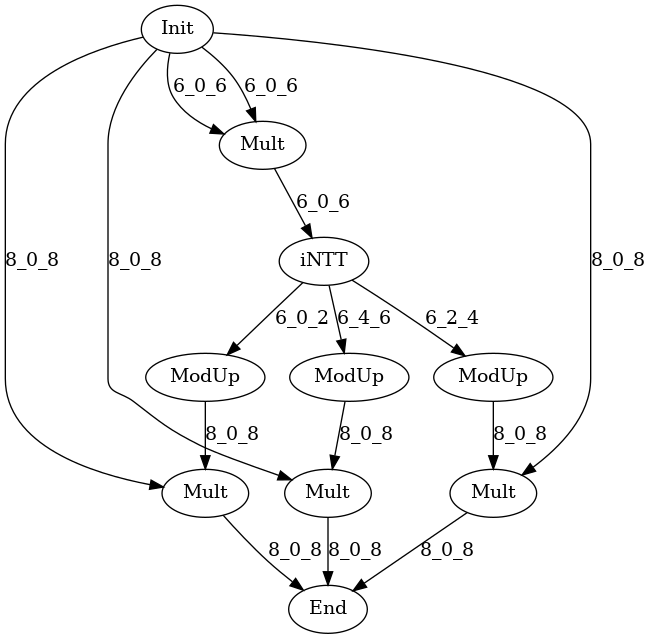
Above: data/graph_poly.dot.png in hal-lab-u-tokyo/PolyFHE (Graphviz), before the change. Its source is kept beside it as data/graph_poly.dot.
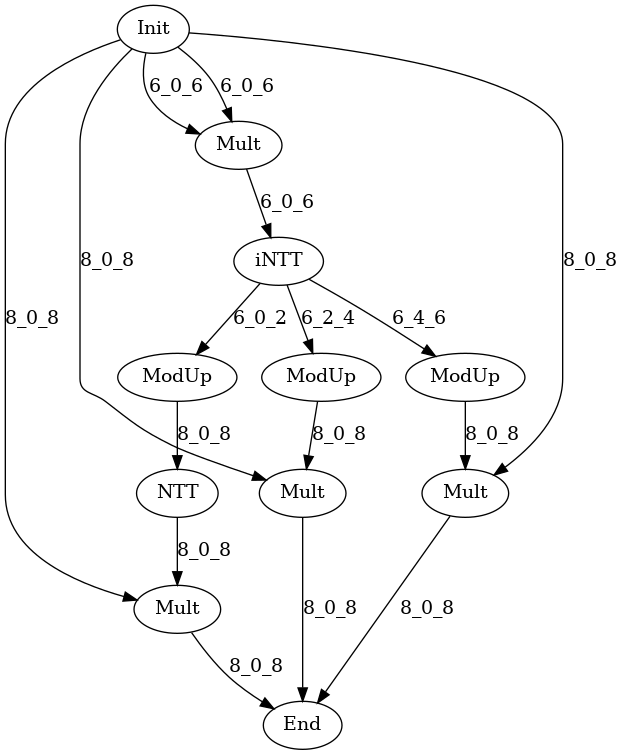
The same diagram one commit later.

Diff of the diagram source:
```diff
@@ -9,13 +9,15 @@
 Mult2[label="Mult"];
 Mult3[label="Mult"];
 iNTT[label="iNTT"];
+NTT1[label="NTT"];
 Init -> Multd1[label="6_0_6"];
 Init -> Multd1[label="6_0_6"];
 Multd1 -> iNTT[label="6_0_6"];
 iNTT -> ModUp1[label="6_0_2"];
 iNTT -> ModUp2[label="6_2_4"];
 iNTT -> ModUp3[label="6_4_6"];
-ModUp1 -> Mult1[label="8_0_8"];
+ModUp1 -> NTT1[label="8_0_8"];
+NTT1 -> Mult1[label="8_0_8"];
 ModUp2 -> Mult2[label="8_0_8"];
 ModUp3 -> Mult3[label="8_0_8"];
 Init -> Mult1[label="8_0_8"];
```
